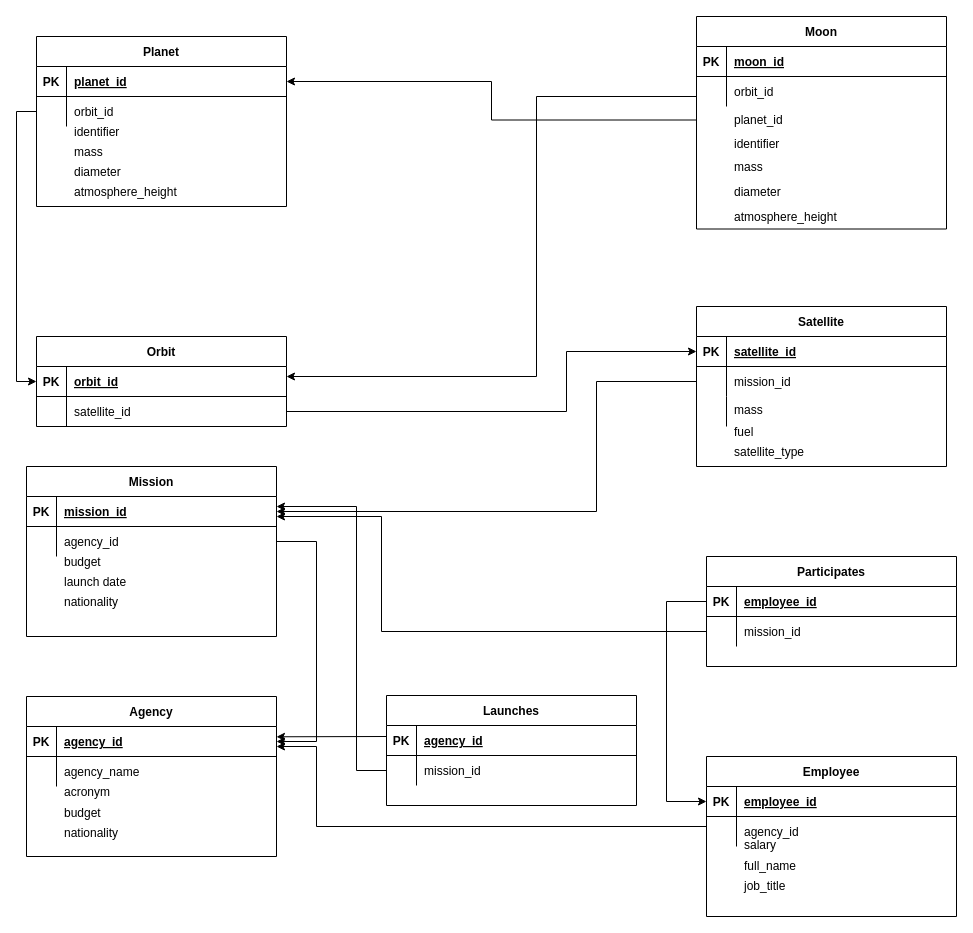
Before: logical_design.drawio in tacecapSx/satellite-database, a draw.io diagram. Source tidied: cells renumbered, new cells numbered last; positions are measured from the earlier drawing's top-left corner, leaving out a move shared by most shapes. Both pictures are drawn from the tidied source at 100%, with x=0, y=0 at pixel (16, 16).
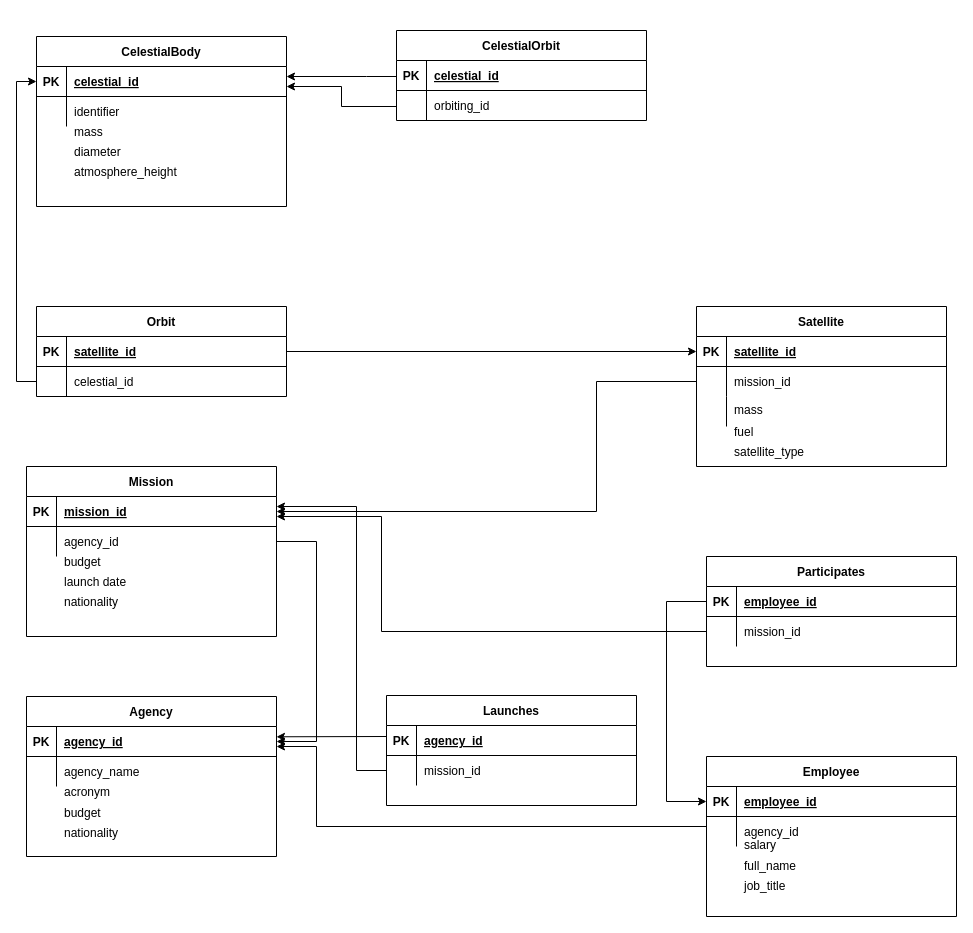
After the change.

Commit message (it also covers changes not shown here):
changed planets and moons to celestial bodies, made celestial orbits and some procedures

Unchanged cells that the change refers to:
```xml
<mxCell id="3" style="shape=partialRectangle;fillColor=none;points=[[0,0.5],[1,0.5]];portConstraint=eastwest;top=0;left=0;right=0;bottom=1;" parent="2" vertex="1">
  <mxGeometry y="30" width="250" height="30" as="geometry" />
</mxCell>
<mxCell id="6" style="shape=partialRectangle;fillColor=none;points=[[0,0.5],[1,0.5]];portConstraint=eastwest;top=0;left=0;right=0;bottom=0;" parent="2" vertex="1">
  <mxGeometry y="60" width="250" height="30" as="geometry" />
</mxCell>
<mxCell id="11" style="shape=partialRectangle;fillColor=none;points=[[0,0.5],[1,0.5]];portConstraint=eastwest;top=0;left=0;right=0;bottom=1;" parent="10" vertex="1">
  <mxGeometry y="30" width="250" height="30" as="geometry" />
</mxCell>
<mxCell id="35" style="group;" parent="34" vertex="1">
  <mxGeometry width="250" height="210" as="geometry" />
</mxCell>
<mxCell id="37" style="shape=partialRectangle;fillColor=none;points=[[0,0.5],[1,0.5]];portConstraint=eastwest;top=0;left=0;right=0;bottom=1;" parent="36" vertex="1">
  <mxGeometry y="30" width="250" height="30" as="geometry" />
</mxCell>
<mxCell id="40" style="shape=partialRectangle;fillColor=none;points=[[0,0.5],[1,0.5]];portConstraint=eastwest;top=0;left=0;right=0;bottom=0;" parent="36" vertex="1">
  <mxGeometry y="60" width="250" height="30" as="geometry" />
</mxCell>
<mxCell id="43" style="shape=partialRectangle;fillColor=none;top=0;left=0;right=0;bottom=0;" parent="35" vertex="1">
  <mxGeometry y="80" width="250" height="30" as="geometry" />
</mxCell>
<mxCell id="46" style="shape=partialRectangle;fillColor=none;top=0;left=0;right=0;bottom=0;" parent="35" vertex="1">
  <mxGeometry y="100" width="250" height="30" as="geometry" />
</mxCell>
<mxCell id="49" style="shape=partialRectangle;fillColor=none;top=0;left=0;right=0;bottom=0;" parent="35" vertex="1">
  <mxGeometry y="120" width="250" height="30" as="geometry" />
</mxCell>
<mxCell id="52" style="shape=partialRectangle;fillColor=none;top=0;left=0;right=0;bottom=0;" parent="35" vertex="1">
  <mxGeometry y="140" width="250" height="30" as="geometry" />
</mxCell>
```

Change to the diagram source:
```diff
@@
     <mxCell id="2" value="Orbit" style="shape=table;startSize=30;childLayout=tableLayout;rowLines=0;fontStyle=1;align=center;" parent="1" vertex="1">
-      <mxGeometry x="20" y="320" width="250" height="90" as="geometry" />
+      <mxGeometry x="20" y="290" width="250" height="90" as="geometry" />
     </mxCell>
@@
-    <mxCell id="5" value="orbit_id" style="shape=partialRectangle;overflow=hidden;fillColor=none;top=0;left=0;bottom=0;right=0;align=left;spacingLeft=6;fontStyle=5;" parent="3" vertex="1">
+    <mxCell id="5" value="satellite_id" style="shape=partialRectangle;overflow=hidden;fillColor=none;top=0;left=0;bottom=0;right=0;align=left;spacingLeft=6;fontStyle=5;" parent="3" vertex="1">
       <mxGeometry x="30" width="220" height="30" as="geometry" />
     </mxCell>
@@
-    <mxCell id="8" value="satellite_id" style="shape=partialRectangle;overflow=hidden;fillColor=none;top=0;left=0;bottom=0;right=0;align=left;spacingLeft=6;" parent="6" vertex="1">
+    <mxCell id="8" value="celestial_id" style="shape=partialRectangle;overflow=hidden;fillColor=none;top=0;left=0;bottom=0;right=0;align=left;spacingLeft=6;" parent="6" vertex="1">
       <mxGeometry x="30" width="220" height="30" as="geometry" />
     </mxCell>
@@
-    <mxCell id="33" style="edgeStyle=orthogonalEdgeStyle;rounded=0;jettySize=auto;html=1;" parent="1" edge="1" source="112" target="3">
-      <mxGeometry relative="1" as="geometry">
-        <Array as="points">
-          <mxPoint x="520" y="80" />
-          <mxPoint x="520" y="360" />
-        </Array>
-      </mxGeometry>
-    </mxCell>
@@
-    <mxCell id="36" value="Planet" style="shape=table;startSize=30;childLayout=tableLayout;rowLines=0;fontStyle=1;align=center;" parent="35" vertex="1">
+    <mxCell id="36" value="CelestialBody" style="shape=table;startSize=30;childLayout=tableLayout;rowLines=0;fontStyle=1;align=center;" parent="35" vertex="1">
       <mxGeometry width="250" height="170" as="geometry" />
     </mxCell>
@@
-    <mxCell id="39" value="planet_id" style="shape=partialRectangle;overflow=hidden;fillColor=none;top=0;left=0;bottom=0;right=0;align=left;spacingLeft=6;fontStyle=5;" parent="37" vertex="1">
+    <mxCell id="39" value="celestial_id" style="shape=partialRectangle;overflow=hidden;fillColor=none;top=0;left=0;bottom=0;right=0;align=left;spacingLeft=6;fontStyle=5;" parent="37" vertex="1">
       <mxGeometry x="30" width="220" height="30" as="geometry" />
     </mxCell>
@@
-    <mxCell id="42" value="orbit_id" style="shape=partialRectangle;overflow=hidden;fillColor=none;top=0;left=0;bottom=0;right=0;align=left;spacingLeft=6;" parent="40" vertex="1">
+    <mxCell id="42" value="identifier" style="shape=partialRectangle;overflow=hidden;fillColor=none;top=0;left=0;bottom=0;right=0;align=left;spacingLeft=6;" parent="40" vertex="1">
       <mxGeometry x="30" width="220" height="30" as="geometry" />
     </mxCell>
@@
-    <mxCell id="45" value="identifier" style="shape=partialRectangle;overflow=hidden;fillColor=none;top=0;left=0;bottom=0;right=0;align=left;spacingLeft=6;" parent="43" vertex="1">
+    <mxCell id="45" value="mass" style="shape=partialRectangle;overflow=hidden;fillColor=none;top=0;left=0;bottom=0;right=0;align=left;spacingLeft=6;" parent="43" vertex="1">
       <mxGeometry x="30" width="220" height="30" as="geometry" />
     </mxCell>
@@
-    <mxCell id="48" value="mass" style="shape=partialRectangle;overflow=hidden;fillColor=none;top=0;left=0;bottom=0;right=0;align=left;spacingLeft=6;" parent="46" vertex="1">
+    <mxCell id="48" value="diameter" style="shape=partialRectangle;overflow=hidden;fillColor=none;top=0;left=0;bottom=0;right=0;align=left;spacingLeft=6;" parent="46" vertex="1">
       <mxGeometry x="30" width="220" height="30" as="geometry" />
     </mxCell>
@@
-    <mxCell id="51" value="diameter" style="shape=partialRectangle;overflow=hidden;fillColor=none;top=0;left=0;bottom=0;right=0;align=left;spacingLeft=6;" parent="49" vertex="1">
+    <mxCell id="51" value="atmosphere_height" style="shape=partialRectangle;overflow=hidden;fillColor=none;top=0;left=0;bottom=0;right=0;align=left;spacingLeft=6;" parent="49" vertex="1">
       <mxGeometry x="30" width="220" height="30" as="geometry" />
     </mxCell>
@@
-    <mxCell id="54" value="atmosphere_height" style="shape=partialRectangle;overflow=hidden;fillColor=none;top=0;left=0;bottom=0;right=0;align=left;spacingLeft=6;" parent="52" vertex="1">
+    <mxCell id="54" style="shape=partialRectangle;overflow=hidden;fillColor=none;top=0;left=0;bottom=0;right=0;align=left;spacingLeft=6;" parent="52" vertex="1">
       <mxGeometry x="30" width="220" height="30" as="geometry" />
     </mxCell>
@@
-    <mxCell id="103" style="group;" parent="1" vertex="1">
-      <mxGeometry x="680" width="250" height="250" as="geometry" />
-    </mxCell>
-    <mxCell id="104" style="shape=partialRectangle;fillColor=none;points=[[0,0.5],[1,0.5]];portConstraint=eastwest;top=0;left=0;right=0;bottom=0;" parent="103" vertex="1">
-      <mxGeometry y="87.1" width="250" height="32.7" as="geometry" />
-    </mxCell>
-    <mxCell id="105" style="shape=partialRectangle;overflow=hidden;fillColor=none;top=0;left=0;bottom=0;right=0;" parent="104" vertex="1">
-      <mxGeometry width="30" height="32.7" as="geometry" />
-    </mxCell>
-    <mxCell id="106" value="planet_id" style="shape=partialRectangle;overflow=hidden;fillColor=none;top=0;left=0;bottom=0;right=0;align=left;spacingLeft=6;" parent="104" vertex="1">
-      <mxGeometry x="30" width="220" height="32.7" as="geometry" />
-    </mxCell>
-    <mxCell id="107" style="group;" parent="103" vertex="1">
-      <mxGeometry width="250" height="250" as="geometry" />
-    </mxCell>
-    <mxCell id="108" value="Moon" style="shape=table;startSize=30;childLayout=tableLayout;rowLines=0;fontStyle=1;align=center;" parent="107" vertex="1">
-      <mxGeometry width="250" height="212.5" as="geometry" />
-    </mxCell>
-    <mxCell id="109" style="shape=partialRectangle;fillColor=none;points=[[0,0.5],[1,0.5]];portConstraint=eastwest;top=0;left=0;right=0;bottom=1;" parent="108" vertex="1">
-      <mxGeometry y="30" width="250" height="30" as="geometry" />
-    </mxCell>
-    <mxCell id="110" value="PK" style="shape=partialRectangle;overflow=hidden;fillColor=none;top=0;left=0;bottom=0;right=0;fontStyle=1;" parent="109" vertex="1">
-      <mxGeometry width="30" height="30" as="geometry" />
-    </mxCell>
-    <mxCell id="111" value="moon_id" style="shape=partialRectangle;overflow=hidden;fillColor=none;top=0;left=0;bottom=0;right=0;align=left;spacingLeft=6;fontStyle=5;" parent="109" vertex="1">
-      <mxGeometry x="30" width="220" height="30" as="geometry" />
-    </mxCell>
-    <mxCell id="112" style="shape=partialRectangle;fillColor=none;points=[[0,0.5],[1,0.5]];portConstraint=eastwest;top=0;left=0;right=0;bottom=0;" parent="108" vertex="1">
-      <mxGeometry y="60" width="250" height="30" as="geometry" />
-    </mxCell>
-    <mxCell id="113" style="shape=partialRectangle;overflow=hidden;fillColor=none;top=0;left=0;bottom=0;right=0;" parent="112" vertex="1">
-      <mxGeometry width="30" height="30" as="geometry" />
-    </mxCell>
-    <mxCell id="114" value="orbit_id" style="shape=partialRectangle;overflow=hidden;fillColor=none;top=0;left=0;bottom=0;right=0;align=left;spacingLeft=6;" parent="112" vertex="1">
-      <mxGeometry x="30" width="220" height="30" as="geometry" />
-    </mxCell>
-    <mxCell id="115" style="shape=partialRectangle;fillColor=none;top=0;left=0;right=0;bottom=0;" parent="107" vertex="1">
-      <mxGeometry y="156.2" width="250" height="37.5" as="geometry" />
-    </mxCell>
-    <mxCell id="116" style="shape=partialRectangle;overflow=hidden;fillColor=none;top=0;left=0;bottom=0;right=0;" parent="115" vertex="1">
-      <mxGeometry width="30" height="37.5" as="geometry" />
-    </mxCell>
-    <mxCell id="117" value="diameter" style="shape=partialRectangle;overflow=hidden;fillColor=none;top=0;left=0;bottom=0;right=0;align=left;spacingLeft=6;" parent="115" vertex="1">
-      <mxGeometry x="30" width="220" height="37.5" as="geometry" />
-    </mxCell>
-    <mxCell id="118" style="shape=partialRectangle;fillColor=none;top=0;left=0;right=0;bottom=0;" parent="107" vertex="1">
-      <mxGeometry y="181.2" width="250" height="37.5" as="geometry" />
-    </mxCell>
-    <mxCell id="119" style="shape=partialRectangle;overflow=hidden;fillColor=none;top=0;left=0;bottom=0;right=0;" parent="118" vertex="1">
-      <mxGeometry width="30" height="37.5" as="geometry" />
-    </mxCell>
-    <mxCell id="120" value="atmosphere_height" style="shape=partialRectangle;overflow=hidden;fillColor=none;top=0;left=0;bottom=0;right=0;align=left;spacingLeft=6;" parent="118" vertex="1">
-      <mxGeometry x="30" width="220" height="37.5" as="geometry" />
-    </mxCell>
-    <mxCell id="121" style="shape=partialRectangle;fillColor=none;top=0;left=0;right=0;bottom=0;" parent="107" vertex="1">
-      <mxGeometry y="131.2" width="250" height="37.5" as="geometry" />
-    </mxCell>
-    <mxCell id="122" style="shape=partialRectangle;overflow=hidden;fillColor=none;top=0;left=0;bottom=0;right=0;" parent="121" vertex="1">
-      <mxGeometry width="30" height="37.5" as="geometry" />
-    </mxCell>
-    <mxCell id="123" value="mass" style="shape=partialRectangle;overflow=hidden;fillColor=none;top=0;left=0;bottom=0;right=0;align=left;spacingLeft=6;" parent="121" vertex="1">
-      <mxGeometry x="30" width="220" height="37.5" as="geometry" />
-    </mxCell>
-    <mxCell id="124" style="shape=partialRectangle;fillColor=none;top=0;left=0;right=0;bottom=0;" parent="107" vertex="1">
-      <mxGeometry y="109.4" width="250" height="35.9" as="geometry" />
-    </mxCell>
-    <mxCell id="125" style="shape=partialRectangle;overflow=hidden;fillColor=none;top=0;left=0;bottom=0;right=0;" parent="124" vertex="1">
-      <mxGeometry width="30" height="35.9" as="geometry" />
-    </mxCell>
-    <mxCell id="126" value="identifier" style="shape=partialRectangle;overflow=hidden;fillColor=none;top=0;left=0;bottom=0;right=0;align=left;spacingLeft=6;" parent="124" vertex="1">
-      <mxGeometry x="30" width="220" height="35.9" as="geometry" />
-    </mxCell>
-    <mxCell id="127" style="edgeStyle=orthogonalEdgeStyle;rounded=0;jettySize=auto;html=1;" parent="1" edge="1" source="6" target="11">
-      <mxGeometry relative="1" as="geometry">
-        <Array as="points">
-          <mxPoint x="550" y="395" />
-          <mxPoint x="550" y="335" />
-        </Array>
-      </mxGeometry>
-    </mxCell>
@@
-    <mxCell id="156" style="edgeStyle=orthogonalEdgeStyle;rounded=0;jettySize=auto;html=1;" parent="1" edge="1" source="104" target="37">
-      <mxGeometry relative="1" as="geometry" />
-    </mxCell>
-    <mxCell id="157" style="edgeStyle=orthogonalEdgeStyle;rounded=0;jettySize=auto;html=1;" parent="1" edge="1" source="40" target="3">
-      <mxGeometry relative="1" as="geometry">
-        <Array as="points">
-          <mxPoint y="95" />
-          <mxPoint y="365" />
-        </Array>
-      </mxGeometry>
-    </mxCell>
+    <mxCell id="158" style="edgeStyle=orthogonalEdgeStyle;rounded=0;jettySize=auto;html=1;" parent="1" edge="1" source="3" target="11">
+      <mxGeometry relative="1" as="geometry" />
+    </mxCell>
+    <mxCell id="159" value="CelestialOrbit" style="shape=table;startSize=30;childLayout=tableLayout;rowLines=0;fontStyle=1;align=center;" parent="1" vertex="1">
+      <mxGeometry x="380" y="14" width="250" height="90" as="geometry" />
+    </mxCell>
+    <mxCell id="109" style="shape=partialRectangle;fillColor=none;points=[[0,0.5],[1,0.5]];portConstraint=eastwest;top=0;left=0;right=0;bottom=1;" parent="159" vertex="1">
+      <mxGeometry y="30" width="250" height="30" as="geometry" />
+    </mxCell>
+    <mxCell id="110" value="PK" style="shape=partialRectangle;overflow=hidden;fillColor=none;top=0;left=0;bottom=0;right=0;fontStyle=1;" parent="109" vertex="1">
+      <mxGeometry width="30" height="30" as="geometry" />
+    </mxCell>
+    <mxCell id="160" value="celestial_id" style="shape=partialRectangle;overflow=hidden;fillColor=none;top=0;left=0;bottom=0;right=0;align=left;spacingLeft=6;fontStyle=5;" parent="109" vertex="1">
+      <mxGeometry x="30" width="220" height="30" as="geometry" />
+    </mxCell>
+    <mxCell id="112" style="shape=partialRectangle;fillColor=none;points=[[0,0.5],[1,0.5]];portConstraint=eastwest;top=0;left=0;right=0;bottom=0;" parent="159" vertex="1">
+      <mxGeometry y="60" width="250" height="30" as="geometry" />
+    </mxCell>
+    <mxCell id="113" style="shape=partialRectangle;overflow=hidden;fillColor=none;top=0;left=0;bottom=0;right=0;" parent="112" vertex="1">
+      <mxGeometry width="30" height="30" as="geometry" />
+    </mxCell>
+    <mxCell id="161" value="orbiting_id" style="shape=partialRectangle;overflow=hidden;fillColor=none;top=0;left=0;bottom=0;right=0;align=left;spacingLeft=6;" parent="112" vertex="1">
+      <mxGeometry x="30" width="220" height="30" as="geometry" />
+    </mxCell>
+    <mxCell id="162" style="edgeStyle=orthogonalEdgeStyle;rounded=0;jettySize=auto;html=1;" parent="1" edge="1" source="109" target="37">
+      <mxGeometry relative="1" as="geometry">
+        <Array as="points">
+          <mxPoint x="350" y="60" />
+          <mxPoint x="350" y="60" />
+        </Array>
+      </mxGeometry>
+    </mxCell>
+    <mxCell id="163" style="edgeStyle=orthogonalEdgeStyle;rounded=0;jettySize=auto;html=1;" parent="1" edge="1" source="112" target="37">
+      <mxGeometry relative="1" as="geometry">
+        <Array as="points">
+          <mxPoint x="325" y="90" />
+          <mxPoint x="325" y="70" />
+        </Array>
+      </mxGeometry>
+    </mxCell>
+    <mxCell id="164" style="edgeStyle=orthogonalEdgeStyle;rounded=0;jettySize=auto;html=1;" parent="1" edge="1" source="6" target="37">
+      <mxGeometry relative="1" as="geometry">
+        <Array as="points">
+          <mxPoint y="365" />
+          <mxPoint y="65" />
+        </Array>
+      </mxGeometry>
+    </mxCell>
```
